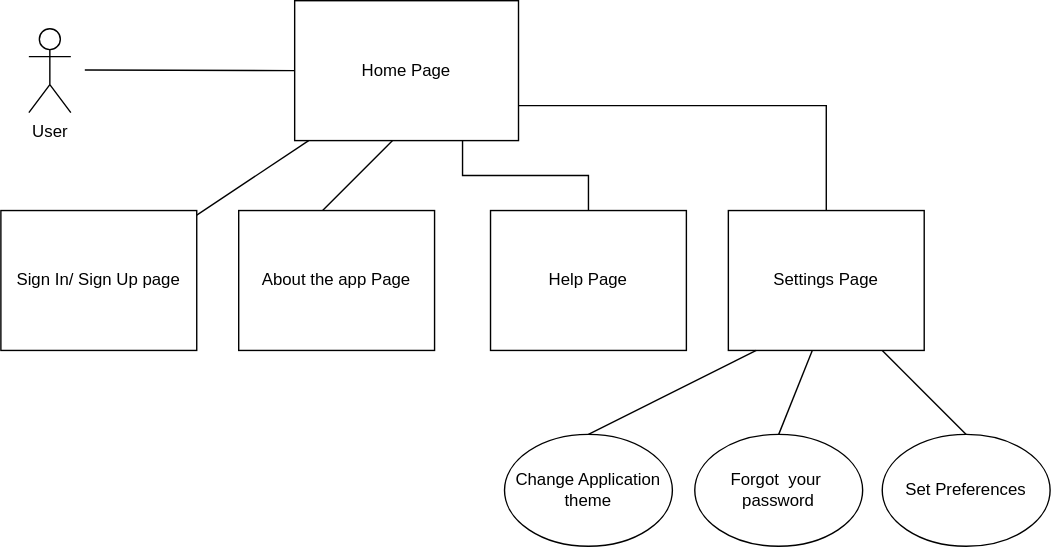
This is assets/images/use-case.svg from halexandru11/DeviceWebRecommender, a draw.io export, as it was before one commit. Source tidied: cells renumbered, new cells last; positions are measured from the earlier drawing's top-left corner, leaving out a move shared by most shapes. Source of this version:
```xml
<mxGraphModel>
  <root>
    <mxCell id="0" />
    <mxCell id="1" parent="0" />
    <mxCell id="2" value="User" style="shape=umlActor;verticalLabelPosition=bottom;verticalAlign=top;html=1;" parent="1" vertex="1">
      <mxGeometry x="20" y="20" width="30" height="60" as="geometry" />
    </mxCell>
    <mxCell id="3" style="endArrow=none;html=1;rounded=0;" parent="1" edge="1">
      <mxGeometry relative="1" as="geometry">
        <mxPoint x="60" y="49.5" as="sourcePoint" />
        <mxPoint x="210" y="50" as="targetPoint" />
      </mxGeometry>
    </mxCell>
    <mxCell id="4" style="edgeStyle=orthogonalEdgeStyle;rounded=0;jettySize=auto;html=1;exitX=0.75;exitY=1;exitDx=0;exitDy=0;endArrow=none;endFill=0;" parent="1" edge="1" source="6" target="11">
      <mxGeometry relative="1" as="geometry" />
    </mxCell>
    <mxCell id="5" style="edgeStyle=orthogonalEdgeStyle;rounded=0;jettySize=auto;html=1;exitX=1;exitY=0.75;exitDx=0;exitDy=0;endArrow=none;endFill=0;" parent="1" edge="1" source="6" target="12">
      <mxGeometry relative="1" as="geometry" />
    </mxCell>
    <mxCell id="6" value="Home Page" style="whiteSpace=wrap;html=1;align=center;" parent="1" vertex="1">
      <mxGeometry x="210" width="160" height="100" as="geometry" />
    </mxCell>
    <mxCell id="7" style="endArrow=none;html=1;rounded=0;" parent="1" edge="1" target="8">
      <mxGeometry relative="1" as="geometry">
        <mxPoint x="220" y="100" as="sourcePoint" />
      </mxGeometry>
    </mxCell>
    <mxCell id="8" value="Sign In/ Sign Up page" style="whiteSpace=wrap;html=1;align=center;" parent="1" vertex="1">
      <mxGeometry y="150" width="140" height="100" as="geometry" />
    </mxCell>
    <mxCell id="9" style="endArrow=none;html=1;rounded=0;" parent="1" edge="1">
      <mxGeometry relative="1" as="geometry">
        <mxPoint x="230" y="150" as="sourcePoint" />
        <mxPoint x="280" y="100" as="targetPoint" />
      </mxGeometry>
    </mxCell>
    <mxCell id="10" value="About the app Page" style="whiteSpace=wrap;html=1;align=center;" parent="1" vertex="1">
      <mxGeometry x="170" y="150" width="140" height="100" as="geometry" />
    </mxCell>
    <mxCell id="11" value="Help Page" style="whiteSpace=wrap;html=1;align=center;" parent="1" vertex="1">
      <mxGeometry x="350" y="150" width="140" height="100" as="geometry" />
    </mxCell>
    <mxCell id="12" value="Settings Page" style="whiteSpace=wrap;html=1;align=center;" parent="1" vertex="1">
      <mxGeometry x="520" y="150" width="140" height="100" as="geometry" />
    </mxCell>
    <mxCell id="13" style="endArrow=none;html=1;rounded=0;exitX=0.5;exitY=0;exitDx=0;exitDy=0;" parent="1" edge="1" source="14">
      <mxGeometry relative="1" as="geometry">
        <mxPoint x="540" y="250" as="targetPoint" />
      </mxGeometry>
    </mxCell>
    <mxCell id="14" value="Change Application theme" style="ellipse;whiteSpace=wrap;html=1;" parent="1" vertex="1">
      <mxGeometry x="360" y="310" width="120" height="80" as="geometry" />
    </mxCell>
    <mxCell id="15" value="Forgot&amp;nbsp; your&amp;nbsp; password" style="ellipse;whiteSpace=wrap;html=1;" parent="1" vertex="1">
      <mxGeometry x="496" y="310" width="120" height="80" as="geometry" />
    </mxCell>
    <mxCell id="16" style="endArrow=none;html=1;rounded=0;exitX=0.5;exitY=0;exitDx=0;exitDy=0;" parent="1" edge="1" source="15">
      <mxGeometry relative="1" as="geometry">
        <mxPoint x="580" y="250" as="targetPoint" />
      </mxGeometry>
    </mxCell>
    <mxCell id="17" style="endArrow=none;html=1;rounded=0;exitX=0.5;exitY=0;exitDx=0;exitDy=0;" parent="1" edge="1" source="18">
      <mxGeometry relative="1" as="geometry">
        <mxPoint x="630" y="250" as="targetPoint" />
      </mxGeometry>
    </mxCell>
    <mxCell id="18" value="Set Preferences" style="ellipse;whiteSpace=wrap;html=1;" parent="1" vertex="1">
      <mxGeometry x="630" y="310" width="120" height="80" as="geometry" />
    </mxCell>
  </root>
</mxGraphModel>
```
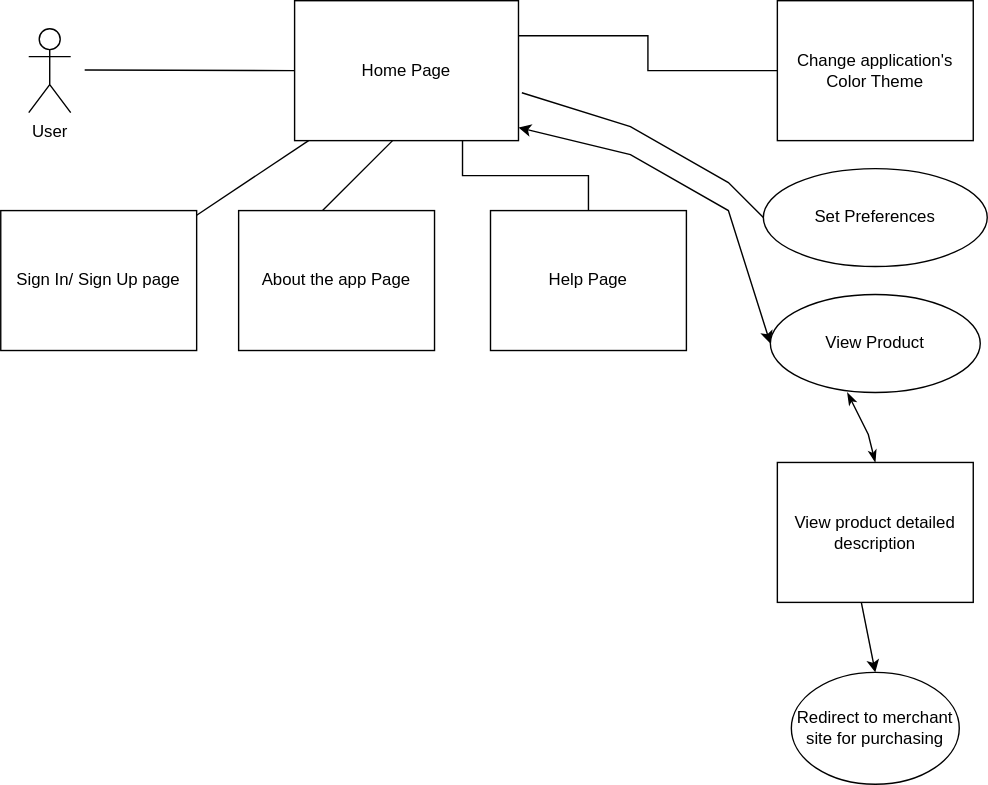
Above is the later version.

What changed in the source:
```diff
@@ -14,7 +14,7 @@
     <mxCell id="4" style="edgeStyle=orthogonalEdgeStyle;rounded=0;jettySize=auto;html=1;exitX=0.75;exitY=1;exitDx=0;exitDy=0;endArrow=none;endFill=0;" parent="1" edge="1" source="6" target="11">
       <mxGeometry relative="1" as="geometry" />
     </mxCell>
-    <mxCell id="5" style="edgeStyle=orthogonalEdgeStyle;rounded=0;jettySize=auto;html=1;exitX=1;exitY=0.75;exitDx=0;exitDy=0;endArrow=none;endFill=0;" parent="1" edge="1" source="6" target="12">
+    <mxCell id="5" style="edgeStyle=orthogonalEdgeStyle;rounded=0;jettySize=auto;html=1;exitX=1;exitY=0.25;exitDx=0;exitDy=0;endArrow=none;endFill=0;entryX=0;entryY=0.5;entryDx=0;entryDy=0;" parent="1" edge="1" source="6" target="21">
       <mxGeometry relative="1" as="geometry" />
     </mxCell>
     <mxCell id="6" value="Home Page" style="whiteSpace=wrap;html=1;align=center;" parent="1" vertex="1">
@@ -40,32 +40,49 @@
     <mxCell id="11" value="Help Page" style="whiteSpace=wrap;html=1;align=center;" parent="1" vertex="1">
       <mxGeometry x="350" y="150" width="140" height="100" as="geometry" />
     </mxCell>
-    <mxCell id="12" value="Settings Page" style="whiteSpace=wrap;html=1;align=center;" parent="1" vertex="1">
-      <mxGeometry x="520" y="150" width="140" height="100" as="geometry" />
-    </mxCell>
-    <mxCell id="13" style="endArrow=none;html=1;rounded=0;exitX=0.5;exitY=0;exitDx=0;exitDy=0;" parent="1" edge="1" source="14">
+    <mxCell id="13" style="endArrow=none;html=1;rounded=0;exitX=0;exitY=0.5;exitDx=0;exitDy=0;entryX=1.015;entryY=0.658;entryDx=0;entryDy=0;entryPerimeter=0;" parent="1" edge="1" source="18" target="6">
       <mxGeometry relative="1" as="geometry">
-        <mxPoint x="540" y="250" as="targetPoint" />
+        <Array as="points">
+          <mxPoint x="520" y="130" />
+          <mxPoint x="450" y="90" />
+        </Array>
       </mxGeometry>
     </mxCell>
-    <mxCell id="14" value="Change Application theme" style="ellipse;whiteSpace=wrap;html=1;" parent="1" vertex="1">
-      <mxGeometry x="360" y="310" width="120" height="80" as="geometry" />
-    </mxCell>
-    <mxCell id="15" value="Forgot&amp;nbsp; your&amp;nbsp; password" style="ellipse;whiteSpace=wrap;html=1;" parent="1" vertex="1">
-      <mxGeometry x="496" y="310" width="120" height="80" as="geometry" />
-    </mxCell>
-    <mxCell id="16" style="endArrow=none;html=1;rounded=0;exitX=0.5;exitY=0;exitDx=0;exitDy=0;" parent="1" edge="1" source="15">
-      <mxGeometry relative="1" as="geometry">
-        <mxPoint x="580" y="250" as="targetPoint" />
-      </mxGeometry>
-    </mxCell>
-    <mxCell id="17" style="endArrow=none;html=1;rounded=0;exitX=0.5;exitY=0;exitDx=0;exitDy=0;" parent="1" edge="1" source="18">
-      <mxGeometry relative="1" as="geometry">
-        <mxPoint x="630" y="250" as="targetPoint" />
-      </mxGeometry>
-    </mxCell>
     <mxCell id="18" value="Set Preferences" style="ellipse;whiteSpace=wrap;html=1;" parent="1" vertex="1">
-      <mxGeometry x="630" y="310" width="120" height="80" as="geometry" />
+      <mxGeometry x="545" y="120" width="160" height="70" as="geometry" />
     </mxCell>
+    <mxCell id="19" style="endArrow=classic;html=1;rounded=0;exitX=1;exitY=0.906;exitDx=0;exitDy=0;exitPerimeter=0;entryX=0;entryY=0.5;entryDx=0;entryDy=0;startArrow=classic;startFill=1;endFill=1;" parent="1" edge="1" source="6" target="20">
+      <mxGeometry relative="1" as="geometry">
+        <Array as="points">
+          <mxPoint x="450" y="110" />
+          <mxPoint x="520" y="150" />
+        </Array>
+      </mxGeometry>
+    </mxCell>
+    <mxCell id="20" value="View Product" style="ellipse;whiteSpace=wrap;html=1;" parent="1" vertex="1">
+      <mxGeometry x="550" y="210" width="150" height="70" as="geometry" />
+    </mxCell>
+    <mxCell id="21" value="Change application's Color Theme" style="rounded=0;whiteSpace=wrap;html=1;" parent="1" vertex="1">
+      <mxGeometry x="555" width="140" height="100" as="geometry" />
+    </mxCell>
+    <mxCell id="22" value="View product detailed description" style="whiteSpace=wrap;html=1;align=center;" parent="1" vertex="1">
+      <mxGeometry x="555" y="330" width="140" height="100" as="geometry" />
+    </mxCell>
+    <mxCell id="23" style="endArrow=classicThin;html=1;rounded=0;exitX=0.5;exitY=0;exitDx=0;exitDy=0;endFill=1;startArrow=classicThin;startFill=1;" parent="1" edge="1" source="22">
+      <mxGeometry relative="1" as="geometry">
+        <mxPoint x="605" y="280" as="targetPoint" />
+        <Array as="points">
+          <mxPoint x="620" y="310" />
+        </Array>
+      </mxGeometry>
+    </mxCell>
+    <mxCell id="24" value="Redirect to merchant site for purchasing" style="ellipse;whiteSpace=wrap;html=1;" parent="1" vertex="1">
+      <mxGeometry x="565" y="480" width="120" height="80" as="geometry" />
+    </mxCell>
+    <mxCell id="25" style="endArrow=none;html=1;rounded=0;exitX=0.5;exitY=0;exitDx=0;exitDy=0;startArrow=classic;startFill=1;" parent="1" edge="1" source="24">
+      <mxGeometry relative="1" as="geometry">
+        <mxPoint x="615" y="430" as="targetPoint" />
+      </mxGeometry>
+    </mxCell>
   </root>
 </mxGraphModel>
```
